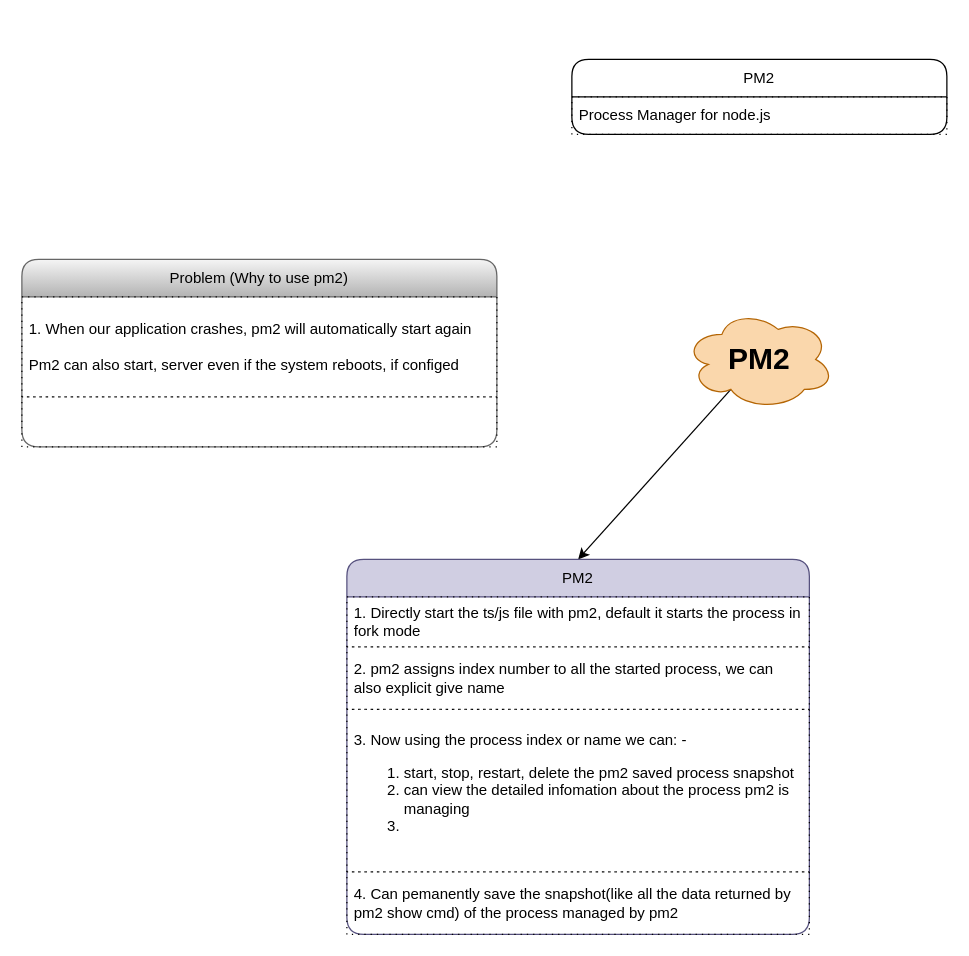
Earlier version of the draw.io diagram DevOp/pm2/pm2.dio (knkrn5/Programming-Concepts). Source tidied: cells renumbered, new cells numbered last; positions are measured from the earlier drawing's top-left corner, leaving out a move shared by most shapes. Both pictures are drawn from the tidied source at 125%, with x=0, y=0 at pixel (21, 59).
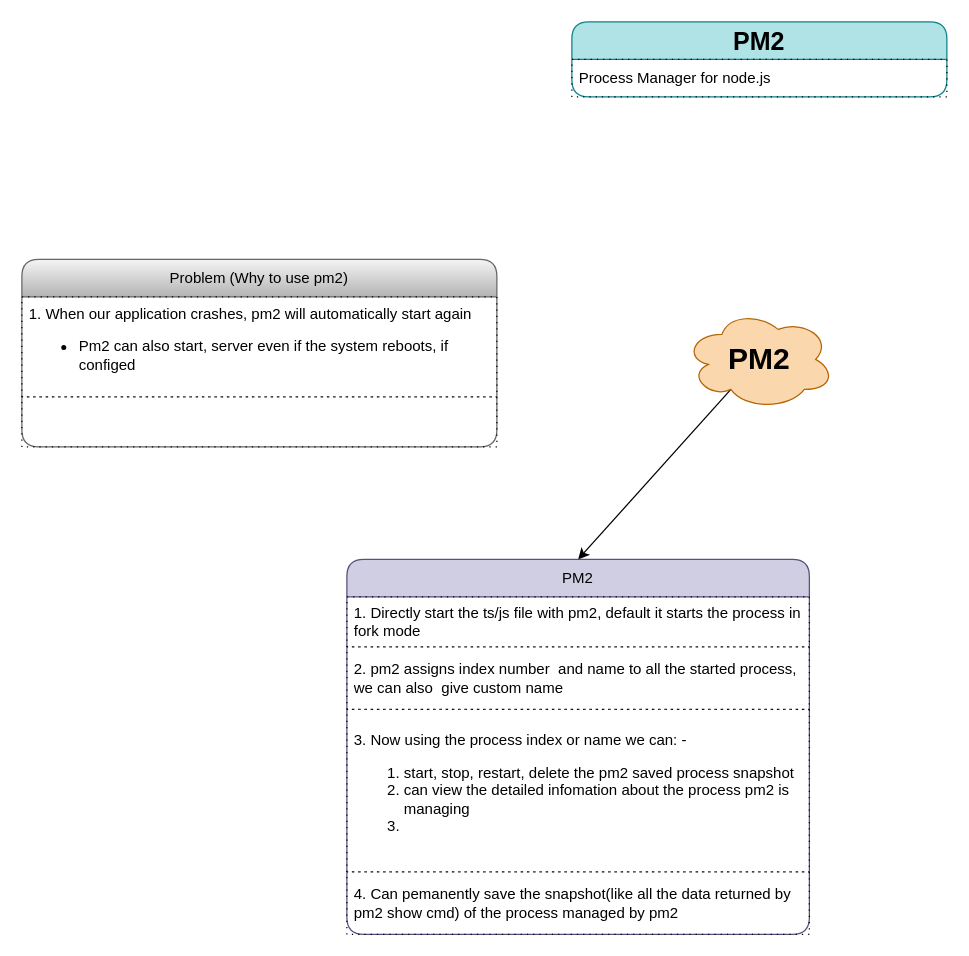
Above is the later version.

Commit message (it also covers changes not shown here):
Add initial VPN diagram and SVG representation

The edit, as a diff of the source:
```diff
@@
 <mxGraphModel background="#ffffff">
   <root>
     <mxCell id="0" />
     <mxCell id="1" parent="0" />
     <mxCell id="2" style="edgeStyle=none;html=1;exitX=0.31;exitY=0.8;exitDx=0;exitDy=0;exitPerimeter=0;entryX=0.5;entryY=0;entryDx=0;entryDy=0;" parent="1" edge="1" source="3" target="6">
       <mxGeometry relative="1" as="geometry" />
     </mxCell>
     <mxCell id="3" value="&lt;b&gt;&lt;font style=&quot;font-size: 24px;&quot;&gt;PM2&lt;/font&gt;&lt;/b&gt;" style="ellipse;shape=cloud;whiteSpace=wrap;html=1;fillColor=#fad7ac;strokeColor=#b46504;" parent="1" vertex="1">
       <mxGeometry x="530" y="200" width="120" height="80" as="geometry" />
     </mxCell>
-    <mxCell id="4" value="PM2" style="swimlane;fontStyle=0;horizontal=1;startSize=30;whiteSpace=wrap;html=1;rounded=1;" parent="1" vertex="1">
-      <mxGeometry x="440" width="300" height="60" as="geometry" />
+    <mxCell id="4" value="&lt;b&gt;&lt;font style=&quot;font-size: 20px;&quot;&gt;PM2&lt;/font&gt;&lt;/b&gt;" style="swimlane;fontStyle=0;horizontal=1;startSize=30;whiteSpace=wrap;html=1;rounded=1;fillColor=#b0e3e6;strokeColor=#0e8088;" parent="1" vertex="1">
+      <mxGeometry x="440" y="-30" width="300" height="60" as="geometry" />
     </mxCell>
     <mxCell id="5" value="Process Manager for node.js" style="text;strokeColor=default;fillColor=none;align=left;verticalAlign=middle;spacingLeft=4;spacingRight=4;overflow=hidden;whiteSpace=wrap;html=1;dashed=1;dashPattern=1 4;rounded=0;" parent="4" vertex="1">
       <mxGeometry y="30" width="300" height="30" as="geometry" />
     </mxCell>
     <mxCell id="6" value="PM2" style="swimlane;fontStyle=0;horizontal=1;startSize=30;whiteSpace=wrap;html=1;rounded=1;fillColor=#d0cee2;strokeColor=#56517e;" parent="1" vertex="1">
       <mxGeometry x="260" y="400" width="370" height="300" as="geometry" />
     </mxCell>
     <mxCell id="7" value="1. Directly start the ts/js file with pm2, default it starts the process in fork mode" style="text;strokeColor=default;fillColor=none;align=left;verticalAlign=middle;spacingLeft=4;spacingRight=4;overflow=hidden;whiteSpace=wrap;html=1;dashed=1;dashPattern=1 4;rounded=0;" parent="6" vertex="1">
       <mxGeometry y="30" width="370" height="40" as="geometry" />
     </mxCell>
-    <mxCell id="8" value="2. pm2 &lt;span style=&quot;background-color: light-dark(rgb(255, 255, 255), rgb(102, 0, 102));&quot;&gt;assigns index number to all the started process&lt;/span&gt;, we can also &lt;span style=&quot;background-color: light-dark(rgb(255, 255, 255), rgb(102, 0, 51));&quot;&gt;explicit give name&lt;/span&gt;" style="text;strokeColor=default;fillColor=none;align=left;verticalAlign=middle;spacingLeft=4;spacingRight=4;overflow=hidden;whiteSpace=wrap;html=1;dashed=1;dashPattern=1 4;rounded=0;" parent="6" vertex="1">
+    <mxCell id="8" value="2. pm2 &lt;span style=&quot;background-color: light-dark(rgb(255, 255, 255), rgb(102, 0, 102));&quot;&gt;assigns index number&amp;nbsp; and name to all the started process&lt;/span&gt;, we can also &lt;span style=&quot;background-color: light-dark(rgb(255, 255, 255), rgb(102, 0, 51));&quot;&gt;&amp;nbsp;give custom name&lt;/span&gt;" style="text;strokeColor=default;fillColor=none;align=left;verticalAlign=middle;spacingLeft=4;spacingRight=4;overflow=hidden;whiteSpace=wrap;html=1;dashed=1;dashPattern=1 4;rounded=0;" parent="6" vertex="1">
       <mxGeometry y="70" width="370" height="50" as="geometry" />
     </mxCell>
     <mxCell id="9" value="&lt;font style=&quot;color: light-dark(rgb(0, 0, 0), rgb(255, 255, 255));&quot;&gt;3. Now using the process index or name we can: -&amp;nbsp;&lt;/font&gt;&lt;div&gt;&lt;ol&gt;&lt;li&gt;&lt;font style=&quot;color: light-dark(rgb(0, 0, 0), rgb(255, 255, 255));&quot;&gt;start, stop, restart, delete the pm2 saved process snapshot&lt;/font&gt;&lt;/li&gt;&lt;li&gt;&lt;font style=&quot;color: light-dark(rgb(0, 0, 0), rgb(255, 255, 255));&quot;&gt;can view the detailed infomation about the process pm2 is managing&lt;/font&gt;&lt;/li&gt;&lt;li&gt;&lt;font style=&quot;color: light-dark(rgb(0, 0, 0), rgb(255, 255, 255));&quot;&gt;&lt;span style=&quot;color: rgb(255, 255, 255);&quot;&gt;Can view our applicaiton logs saved by pm2&lt;/span&gt;&lt;/font&gt;&lt;/li&gt;&lt;/ol&gt;&lt;/div&gt;" style="text;strokeColor=default;fillColor=none;align=left;verticalAlign=middle;spacingLeft=4;spacingRight=4;overflow=hidden;whiteSpace=wrap;html=1;dashed=1;dashPattern=1 4;rounded=0;" parent="6" vertex="1">
       <mxGeometry y="120" width="370" height="130" as="geometry" />
     </mxCell>
     <mxCell id="10" value="4. Can pemanently&amp;nbsp;&lt;span style=&quot;background-color: light-dark(rgb(255, 255, 255), rgb(0, 51, 51));&quot;&gt;save the snapshot(like all the data returned by pm2 show cmd) of the process&lt;/span&gt; managed by pm2" style="text;strokeColor=default;fillColor=none;align=left;verticalAlign=middle;spacingLeft=4;spacingRight=4;overflow=hidden;whiteSpace=wrap;html=1;dashed=1;dashPattern=1 4;rounded=0;" parent="6" vertex="1">
       <mxGeometry y="250" width="370" height="50" as="geometry" />
     </mxCell>
     <mxCell id="11" value="Problem (Why to use pm2)" style="swimlane;fontStyle=0;horizontal=1;startSize=30;whiteSpace=wrap;html=1;rounded=1;fillColor=#f5f5f5;strokeColor=#666666;gradientColor=#b3b3b3;" parent="1" vertex="1">
       <mxGeometry y="160" width="380" height="150" as="geometry" />
     </mxCell>
-    <mxCell id="12" value="1. When our application crashes, pm2 will automatically start again&lt;div&gt;&lt;br&gt;&lt;/div&gt;&lt;div&gt;&lt;font style=&quot;color: light-dark(rgb(0, 0, 0), rgb(255, 255, 255));&quot;&gt;Pm2 can also start, server even if the system reboots, if configed&lt;/font&gt;&lt;/div&gt;" style="text;strokeColor=default;fillColor=none;align=left;verticalAlign=middle;spacingLeft=4;spacingRight=4;overflow=hidden;whiteSpace=wrap;html=1;dashed=1;dashPattern=1 4;rounded=0;" parent="11" vertex="1">
+    <mxCell id="12" value="1. When our application crashes, pm2 will automatically start again&lt;div&gt;&lt;ul&gt;&lt;li&gt;&lt;font style=&quot;color: light-dark(rgb(0, 0, 0), rgb(255, 255, 255));&quot;&gt;Pm2 can also start, server even if the system reboots, if configed&lt;/font&gt;&lt;/li&gt;&lt;/ul&gt;&lt;/div&gt;" style="text;strokeColor=default;fillColor=none;align=left;verticalAlign=middle;spacingLeft=4;spacingRight=4;overflow=hidden;whiteSpace=wrap;html=1;dashed=1;dashPattern=1 4;rounded=0;" parent="11" vertex="1">
       <mxGeometry y="30" width="380" height="80" as="geometry" />
     </mxCell>
     <mxCell id="13" style="text;strokeColor=default;fillColor=none;align=left;verticalAlign=middle;spacingLeft=4;spacingRight=4;overflow=hidden;whiteSpace=wrap;html=1;dashed=1;dashPattern=1 4;rounded=0;" parent="11" vertex="1">
       <mxGeometry y="110" width="380" height="40" as="geometry" />
     </mxCell>
   </root>
 </mxGraphModel>
```
